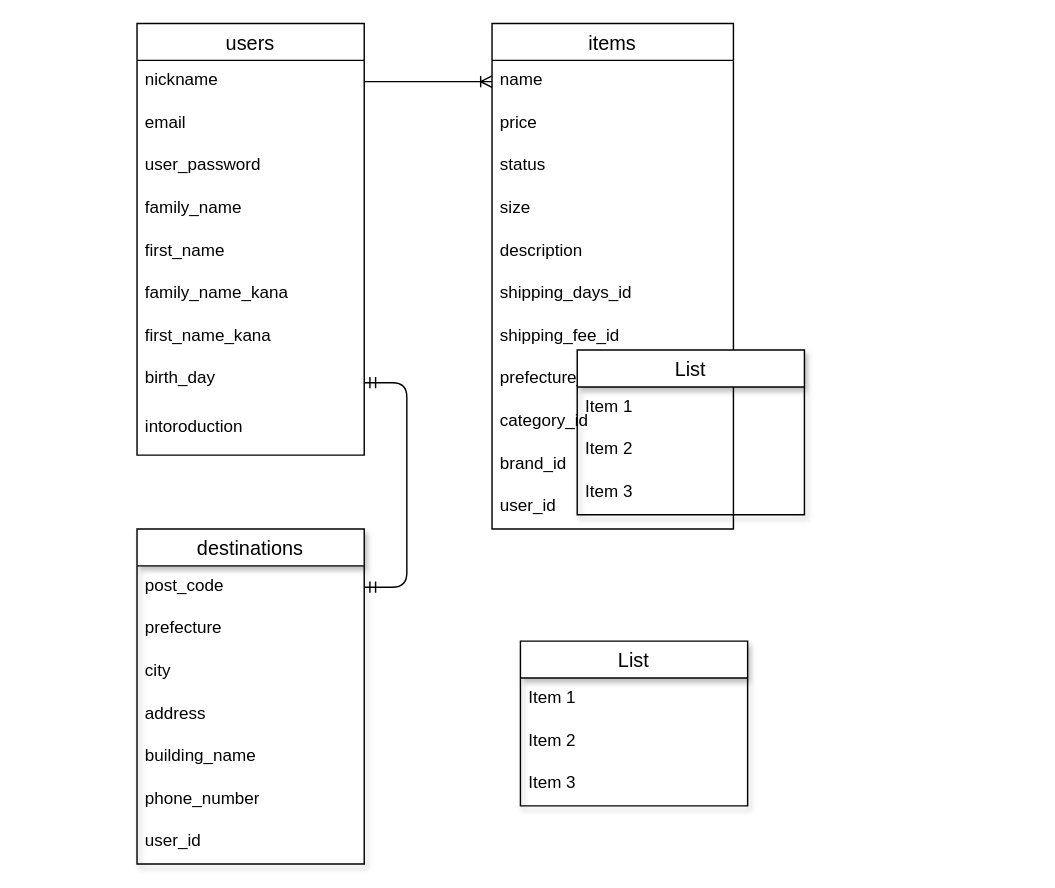
The draw.io diagram test.dio in raytakekawa/furima-35201, before the edit. Source tidied: cells renumbered, new cells numbered last; positions are measured from the earlier drawing's top-left corner, leaving out a move shared by most shapes. Both pictures are drawn from the tidied source at 142%, with x=0, y=0 at pixel (136, 23).
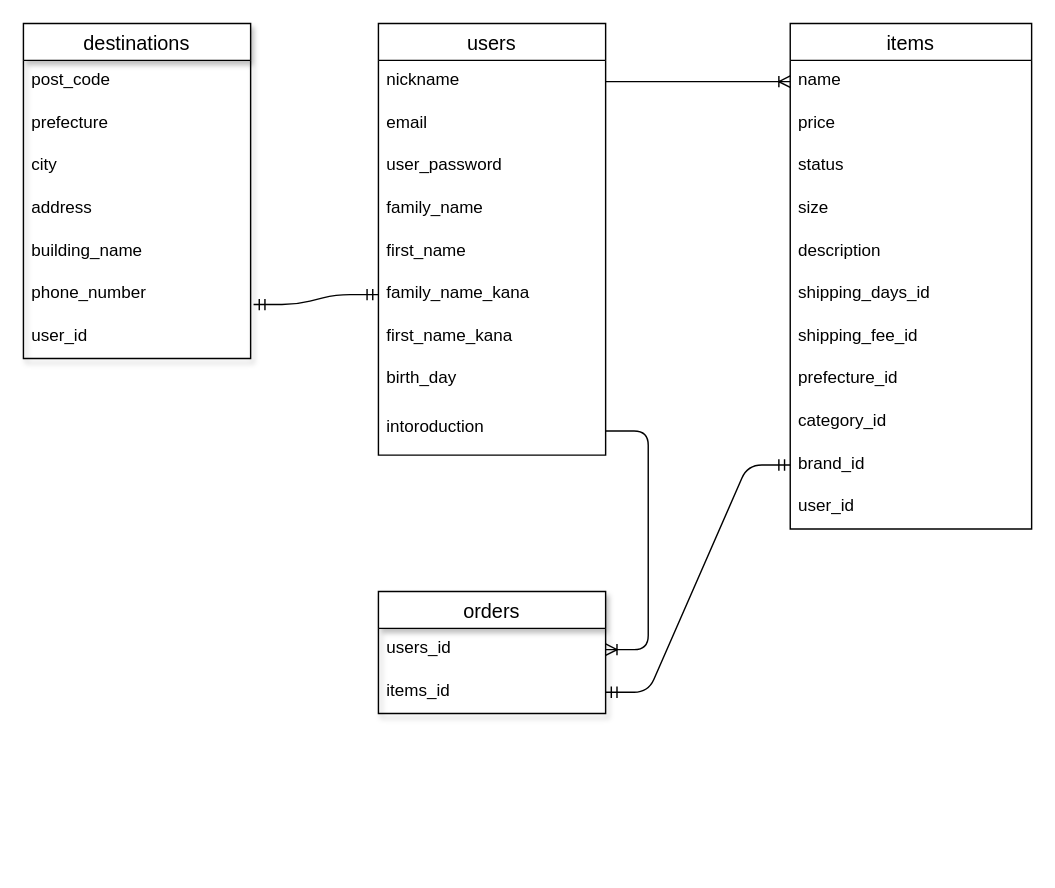
The same diagram, later.

Commit message (it also covers changes not shown here):
foreign_key: true の部分の訂正

Unchanged cells that the change refers to:
```xml
<mxCell id="8" value="family_name_kana" style="text;strokeColor=none;fillColor=none;spacingLeft=4;spacingRight=4;overflow=hidden;points=[[0,0.5],[1,0.5]];portConstraint=eastwest;fontSize=12;rounded=0;shadow=1;sketch=0;startSize=26;" parent="2" vertex="1">
  <mxGeometry y="176" width="160" height="30" as="geometry" />
</mxCell>
<mxCell id="10" value="birth_day" style="text;strokeColor=none;fillColor=none;spacingLeft=4;spacingRight=4;overflow=hidden;points=[[0,0.5],[1,0.5]];portConstraint=eastwest;fontSize=12;shadow=1;" parent="2" vertex="1">
  <mxGeometry y="236" width="160" height="34" as="geometry" />
</mxCell>
<mxCell id="11" value="intoroduction" style="text;strokeColor=none;fillColor=none;spacingLeft=4;spacingRight=4;overflow=hidden;points=[[0,0.5],[1,0.5]];portConstraint=eastwest;fontSize=12;shadow=1;" parent="2" vertex="1">
  <mxGeometry y="270" width="160" height="34" as="geometry" />
</mxCell>
<mxCell id="22" value="brand_id" style="text;strokeColor=none;fillColor=none;spacingLeft=4;spacingRight=4;overflow=hidden;points=[[0,0.5],[1,0.5]];portConstraint=eastwest;fontSize=12;" parent="12" vertex="1">
  <mxGeometry y="296" width="170" height="30" as="geometry" />
</mxCell>
<mxCell id="30" value="phone_number" style="text;strokeColor=none;fillColor=none;spacingLeft=4;spacingRight=4;overflow=hidden;points=[[0,0.5],[1,0.5]];portConstraint=eastwest;fontSize=12;" parent="24" vertex="1">
  <mxGeometry y="176" width="160" height="30" as="geometry" />
</mxCell>
```

Diff of the diagram source:
```diff
@@
     <mxCell id="2" value="users" style="swimlane;fontStyle=0;horizontal=1;startSize=26;align=center;fontSize=14;rounded=0;sketch=0;" parent="1" vertex="1">
-      <mxGeometry width="160" height="304" as="geometry" />
+      <mxGeometry x="170" width="160" height="304" as="geometry" />
     </mxCell>
@@
     <mxCell id="12" value="items" style="swimlane;fontStyle=0;horizontal=1;startSize=26;align=center;fontSize=14;rounded=0;sketch=0;" parent="1" vertex="1">
-      <mxGeometry x="250" width="170" height="356" as="geometry" />
+      <mxGeometry x="460" width="170" height="356" as="geometry" />
     </mxCell>
@@
     <mxCell id="24" value="destinations" style="swimlane;fontStyle=0;horizontal=1;startSize=26;align=center;fontSize=14;rounded=0;shadow=1;sketch=0;" parent="1" vertex="1">
-      <mxGeometry y="356" width="160" height="236" as="geometry" />
+      <mxGeometry x="-80" width="160" height="236" as="geometry" />
     </mxCell>
@@
-    <mxCell id="33" style="edgeStyle=entityRelationEdgeStyle;fontSize=12;html=1;endArrow=ERmandOne;startArrow=ERmandOne;entryX=1;entryY=0.5;entryDx=0;entryDy=0;exitX=1;exitY=0.5;exitDx=0;exitDy=0;" parent="1" edge="1" target="10">
-      <mxGeometry relative="1" as="geometry">
-        <mxPoint x="160" y="397" as="sourcePoint" />
-      </mxGeometry>
-    </mxCell>
-    <mxCell id="34" value="List" style="swimlane;fontStyle=0;horizontal=1;startSize=26;align=center;fontSize=14;rounded=0;shadow=1;sketch=0;" parent="1" vertex="1">
-      <mxGeometry x="310" y="230" width="160" height="116" as="geometry" />
-    </mxCell>
-    <mxCell id="35" value="Item 1" style="text;strokeColor=none;fillColor=none;spacingLeft=4;spacingRight=4;overflow=hidden;fontSize=12;" parent="34" vertex="1">
-      <mxGeometry y="26" width="160" height="30" as="geometry" />
-    </mxCell>
-    <mxCell id="36" value="Item 2" style="text;strokeColor=none;fillColor=none;spacingLeft=4;spacingRight=4;overflow=hidden;fontSize=12;" parent="34" vertex="1">
-      <mxGeometry y="56" width="160" height="30" as="geometry" />
-    </mxCell>
-    <mxCell id="37" value="Item 3" style="text;strokeColor=none;fillColor=none;spacingLeft=4;spacingRight=4;overflow=hidden;fontSize=12;" parent="34" vertex="1">
-      <mxGeometry y="86" width="160" height="30" as="geometry" />
-    </mxCell>
-    <mxCell id="38" value="List" style="swimlane;fontStyle=0;horizontal=1;startSize=26;align=center;fontSize=14;rounded=0;shadow=1;sketch=0;" parent="1" vertex="1">
-      <mxGeometry x="270" y="435" width="160" height="116" as="geometry" />
+    <mxCell id="38" value="orders" style="swimlane;fontStyle=0;horizontal=1;startSize=26;align=center;fontSize=14;rounded=0;shadow=1;sketch=0;" parent="1" vertex="1">
+      <mxGeometry x="170" y="400" width="160" height="86" as="geometry" />
     </mxCell>
-    <mxCell id="39" value="Item 1" style="text;strokeColor=none;fillColor=none;spacingLeft=4;spacingRight=4;overflow=hidden;points=[[0,0.5],[1,0.5]];portConstraint=eastwest;fontSize=12;" parent="38" vertex="1">
+    <mxCell id="39" value="users_id" style="text;strokeColor=none;fillColor=none;spacingLeft=4;spacingRight=4;overflow=hidden;points=[[0,0.5],[1,0.5]];portConstraint=eastwest;fontSize=12;" parent="38" vertex="1">
       <mxGeometry y="26" width="160" height="30" as="geometry" />
     </mxCell>
-    <mxCell id="40" value="Item 2" style="text;strokeColor=none;fillColor=none;spacingLeft=4;spacingRight=4;overflow=hidden;points=[[0,0.5],[1,0.5]];portConstraint=eastwest;fontSize=12;" parent="38" vertex="1">
+    <mxCell id="40" value="items_id" style="text;strokeColor=none;fillColor=none;spacingLeft=4;spacingRight=4;overflow=hidden;points=[[0,0.5],[1,0.5]];portConstraint=eastwest;fontSize=12;" parent="38" vertex="1">
       <mxGeometry y="56" width="160" height="30" as="geometry" />
     </mxCell>
-    <mxCell id="41" value="Item 3" style="text;strokeColor=none;fillColor=none;spacingLeft=4;spacingRight=4;overflow=hidden;fontSize=12;" parent="38" vertex="1">
-      <mxGeometry y="86" width="160" height="30" as="geometry" />
-    </mxCell>
+    <mxCell id="42" style="edgeStyle=entityRelationEdgeStyle;fontSize=12;html=1;endArrow=ERmandOne;startArrow=ERmandOne;exitX=1.013;exitY=0.733;exitDx=0;exitDy=0;exitPerimeter=0;entryX=0;entryY=0.5;entryDx=0;entryDy=0;" parent="1" edge="1" source="30" target="8">
+      <mxGeometry relative="1" as="geometry" />
+    </mxCell>
+    <mxCell id="43" style="edgeStyle=entityRelationEdgeStyle;fontSize=12;html=1;endArrow=ERoneToMany;exitX=1;exitY=0.5;exitDx=0;exitDy=0;entryX=1;entryY=0.5;entryDx=0;entryDy=0;" parent="1" edge="1" source="11" target="39">
+      <mxGeometry relative="1" as="geometry" />
+    </mxCell>
+    <mxCell id="44" style="edgeStyle=entityRelationEdgeStyle;fontSize=12;html=1;endArrow=ERmandOne;startArrow=ERmandOne;exitX=1;exitY=0.5;exitDx=0;exitDy=0;entryX=0;entryY=0.5;entryDx=0;entryDy=0;" parent="1" edge="1" source="40" target="22">
+      <mxGeometry relative="1" as="geometry" />
+    </mxCell>
```
